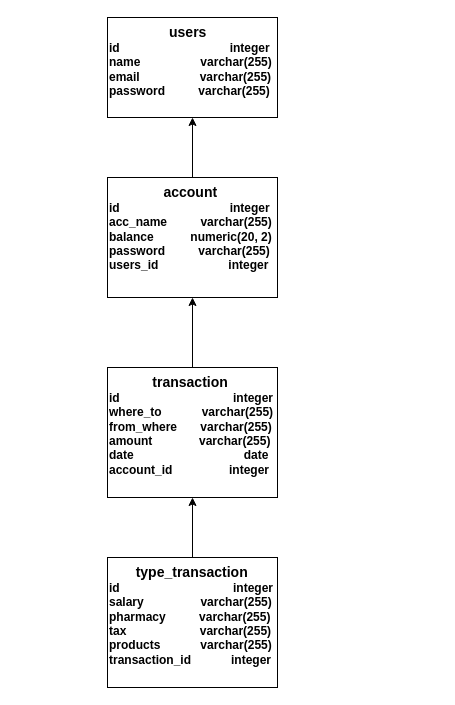
Before: Untitled Diagram.drawio in shahenh/gitakan, a draw.io diagram. Source tidied: cells renumbered, new cells numbered last; positions are measured from the earlier drawing's top-left corner, leaving out a move shared by most shapes. Both pictures are drawn from the tidied source at 100%, with x=0, y=0 at pixel (107, 17).
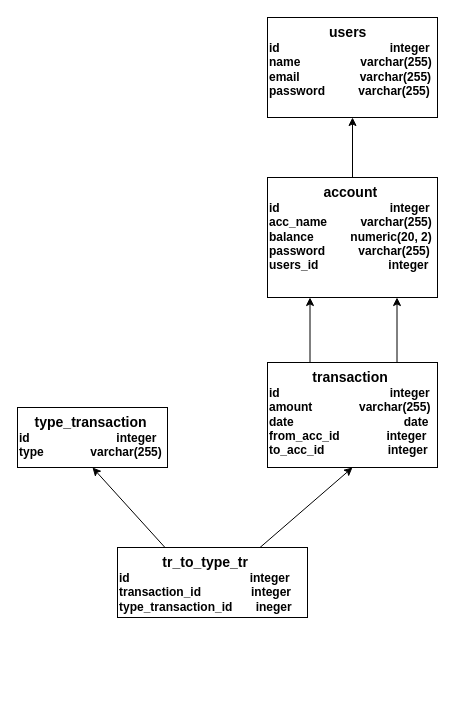
The same diagram, later.

The edit, as a diff of the source:
```diff
@@
 <mxGraphModel>
   <root>
     <mxCell id="0" />
     <mxCell id="1" parent="0" />
     <mxCell id="2" value="&lt;b&gt;&lt;font&gt;&amp;nbsp; &amp;nbsp; &amp;nbsp; &amp;nbsp; &amp;nbsp; &amp;nbsp; &amp;nbsp; &amp;nbsp; &amp;nbsp; &lt;font style=&quot;font-size: 14px&quot;&gt;users&lt;/font&gt;&lt;br&gt;id&amp;nbsp; &amp;nbsp; &amp;nbsp; &amp;nbsp; &amp;nbsp; &amp;nbsp; &amp;nbsp; &amp;nbsp; &amp;nbsp; &amp;nbsp; &amp;nbsp; &amp;nbsp; &amp;nbsp; &amp;nbsp; &amp;nbsp; &amp;nbsp; &amp;nbsp;integer&lt;br&gt;name&amp;nbsp; &amp;nbsp; &amp;nbsp; &amp;nbsp; &amp;nbsp; &amp;nbsp; &amp;nbsp; &amp;nbsp; &amp;nbsp; varchar(255)&lt;br&gt;&lt;/font&gt;&lt;/b&gt;&lt;b&gt;&lt;font&gt;email&amp;nbsp; &amp;nbsp; &amp;nbsp; &amp;nbsp; &amp;nbsp; &amp;nbsp; &amp;nbsp; &amp;nbsp; &amp;nbsp; varchar(255)&lt;br&gt;password&amp;nbsp; &amp;nbsp; &amp;nbsp; &amp;nbsp; &amp;nbsp;&amp;nbsp;&lt;/font&gt;&lt;/b&gt;&lt;b&gt;varchar(255)&lt;/b&gt;&lt;b&gt;&lt;font&gt;&lt;br&gt;&lt;/font&gt;&lt;/b&gt;&lt;b&gt;&lt;font&gt;&lt;br&gt;&lt;br&gt;&lt;/font&gt;&lt;/b&gt;" style="rounded=0;whiteSpace=wrap;html=1;horizontal=1;verticalAlign=top;align=left;" parent="1" vertex="1">
-      <mxGeometry width="170" height="100" as="geometry" />
+      <mxGeometry x="160" width="170" height="100" as="geometry" />
     </mxCell>
     <mxCell id="3" value="&lt;b&gt;&lt;font style=&quot;font-size: 14px&quot;&gt;&amp;nbsp; &amp;nbsp; &amp;nbsp; &amp;nbsp; &amp;nbsp; &amp;nbsp; &amp;nbsp; account&lt;/font&gt;&lt;br&gt;id&amp;nbsp; &amp;nbsp; &amp;nbsp; &amp;nbsp; &amp;nbsp; &amp;nbsp; &amp;nbsp; &amp;nbsp; &amp;nbsp; &amp;nbsp; &amp;nbsp; &amp;nbsp; &amp;nbsp; &amp;nbsp; &amp;nbsp; &amp;nbsp; &amp;nbsp;integer&lt;br&gt;acc_name&amp;nbsp; &amp;nbsp; &amp;nbsp; &amp;nbsp; &amp;nbsp; varchar(255)&lt;br&gt;&lt;/b&gt;&lt;b&gt;balance&amp;nbsp; &amp;nbsp; &amp;nbsp; &amp;nbsp; &amp;nbsp; &amp;nbsp;numeric(20, 2)&lt;br&gt;password&amp;nbsp; &amp;nbsp; &amp;nbsp; &amp;nbsp; &amp;nbsp;&amp;nbsp;&lt;/b&gt;&lt;b&gt;varchar(255)&lt;br&gt;&lt;/b&gt;&lt;b&gt;users_id&amp;nbsp; &amp;nbsp; &amp;nbsp; &amp;nbsp; &amp;nbsp; &amp;nbsp; &amp;nbsp; &amp;nbsp; &amp;nbsp; &amp;nbsp; &amp;nbsp;integer&lt;br&gt;&lt;/b&gt;&lt;b&gt;&lt;br&gt;&lt;/b&gt;" style="rounded=0;whiteSpace=wrap;html=1;align=left;verticalAlign=top;" parent="1" vertex="1">
-      <mxGeometry y="160" width="170" height="120" as="geometry" />
+      <mxGeometry x="160" y="160" width="170" height="120" as="geometry" />
     </mxCell>
-    <mxCell id="4" value="&lt;b&gt;&lt;font&gt;&amp;nbsp; &amp;nbsp; &amp;nbsp; &amp;nbsp; &lt;font style=&quot;font-size: 14px&quot;&gt;type_transaction&lt;/font&gt;&lt;/font&gt;&lt;br&gt;id&amp;nbsp; &amp;nbsp; &amp;nbsp; &amp;nbsp; &amp;nbsp; &amp;nbsp; &amp;nbsp; &amp;nbsp; &amp;nbsp; &amp;nbsp; &amp;nbsp; &amp;nbsp; &amp;nbsp; &amp;nbsp; &amp;nbsp; &amp;nbsp; &amp;nbsp; integer&lt;br&gt;salary&amp;nbsp; &amp;nbsp; &amp;nbsp; &amp;nbsp; &amp;nbsp; &amp;nbsp; &amp;nbsp; &amp;nbsp; &amp;nbsp;varchar(255)&lt;br&gt;&lt;/b&gt;&lt;b&gt;pharmacy&amp;nbsp; &amp;nbsp; &amp;nbsp; &amp;nbsp; &amp;nbsp; &lt;/b&gt;&lt;b&gt;varchar(255)&lt;/b&gt;&lt;b&gt;&lt;br&gt;tax&amp;nbsp; &amp;nbsp; &amp;nbsp; &amp;nbsp; &amp;nbsp; &amp;nbsp; &amp;nbsp; &amp;nbsp; &amp;nbsp; &amp;nbsp; &amp;nbsp;&amp;nbsp;&lt;/b&gt;&lt;b&gt;varchar(255)&lt;br&gt;&lt;/b&gt;&lt;b&gt;products&amp;nbsp; &amp;nbsp; &amp;nbsp; &amp;nbsp; &amp;nbsp; &amp;nbsp;&amp;nbsp;&lt;/b&gt;&lt;b&gt;varchar(255)&lt;br&gt;transaction_id&amp;nbsp; &amp;nbsp; &amp;nbsp; &amp;nbsp; &amp;nbsp; &amp;nbsp; integer&amp;nbsp;&lt;br&gt;&lt;/b&gt;" style="rounded=0;whiteSpace=wrap;html=1;align=left;verticalAlign=top;" parent="1" vertex="1">
-      <mxGeometry y="540" width="170" height="130" as="geometry" />
+    <mxCell id="4" value="&lt;b&gt;&lt;font&gt;&amp;nbsp; &amp;nbsp; &amp;nbsp; &amp;nbsp; &amp;nbsp; &amp;nbsp; &amp;nbsp;&lt;span style=&quot;font-size: 14px&quot;&gt;tr_to_type_tr&lt;/span&gt;&lt;/font&gt;&lt;br&gt;id&amp;nbsp; &amp;nbsp; &amp;nbsp; &amp;nbsp; &amp;nbsp; &amp;nbsp; &amp;nbsp; &amp;nbsp; &amp;nbsp; &amp;nbsp; &amp;nbsp; &amp;nbsp; &amp;nbsp; &amp;nbsp; &amp;nbsp; &amp;nbsp; &amp;nbsp; &amp;nbsp; integer&lt;/b&gt;&lt;b&gt;&lt;br&gt;transaction_id&amp;nbsp; &amp;nbsp; &amp;nbsp; &amp;nbsp; &amp;nbsp; &amp;nbsp; &amp;nbsp; &amp;nbsp;integer&amp;nbsp;&lt;br&gt;&lt;/b&gt;&lt;b&gt;type_transaction_id&amp;nbsp; &amp;nbsp; &amp;nbsp; &amp;nbsp;ineger&amp;nbsp; &amp;nbsp; &amp;nbsp;&lt;/b&gt;&lt;b&gt;&lt;br&gt;&lt;/b&gt;" style="rounded=0;whiteSpace=wrap;html=1;align=left;verticalAlign=top;" parent="1" vertex="1">
+      <mxGeometry x="10" y="530" width="190" height="70" as="geometry" />
     </mxCell>
-    <mxCell id="5" value="&lt;b&gt;&lt;font&gt;&amp;nbsp; &amp;nbsp; &amp;nbsp; &amp;nbsp; &amp;nbsp; &amp;nbsp; &amp;nbsp;&lt;font style=&quot;font-size: 14px&quot;&gt;transaction&lt;/font&gt;&lt;/font&gt;&lt;br&gt;id&amp;nbsp; &amp;nbsp; &amp;nbsp; &amp;nbsp; &amp;nbsp; &amp;nbsp; &amp;nbsp; &amp;nbsp; &amp;nbsp; &amp;nbsp; &amp;nbsp; &amp;nbsp; &amp;nbsp; &amp;nbsp; &amp;nbsp; &amp;nbsp; &amp;nbsp; integer&lt;br&gt;where_to&amp;nbsp; &amp;nbsp; &amp;nbsp; &amp;nbsp; &amp;nbsp; &amp;nbsp; varchar(255)&lt;br&gt;&lt;/b&gt;&lt;b&gt;from_where&amp;nbsp; &amp;nbsp; &amp;nbsp; &amp;nbsp;&lt;/b&gt;&lt;b&gt;varchar(255)&lt;/b&gt;&lt;b&gt;&lt;br&gt;amount&amp;nbsp; &amp;nbsp; &amp;nbsp; &amp;nbsp; &amp;nbsp; &amp;nbsp; &amp;nbsp;&amp;nbsp;&lt;/b&gt;&lt;b&gt;varchar(255)&lt;br&gt;&lt;/b&gt;&lt;b&gt;date&amp;nbsp; &amp;nbsp; &amp;nbsp; &amp;nbsp; &amp;nbsp; &amp;nbsp; &amp;nbsp; &amp;nbsp; &amp;nbsp; &amp;nbsp; &amp;nbsp; &amp;nbsp; &amp;nbsp; &amp;nbsp; &amp;nbsp; &amp;nbsp; &amp;nbsp;&lt;/b&gt;&lt;b&gt;date&lt;br&gt;account_id&amp;nbsp; &amp;nbsp; &amp;nbsp; &amp;nbsp; &amp;nbsp; &amp;nbsp; &amp;nbsp; &amp;nbsp; &amp;nbsp;integer&amp;nbsp;&lt;/b&gt;" style="rounded=0;whiteSpace=wrap;html=1;align=left;verticalAlign=top;" parent="1" vertex="1">
-      <mxGeometry y="350" width="170" height="130" as="geometry" />
+    <mxCell id="5" value="&lt;b&gt;&lt;font&gt;&amp;nbsp; &amp;nbsp; &amp;nbsp; &amp;nbsp; &amp;nbsp; &amp;nbsp; &amp;nbsp;&lt;font style=&quot;font-size: 14px&quot;&gt;transaction&lt;/font&gt;&lt;/font&gt;&lt;br&gt;id&amp;nbsp; &amp;nbsp; &amp;nbsp; &amp;nbsp; &amp;nbsp; &amp;nbsp; &amp;nbsp; &amp;nbsp; &amp;nbsp; &amp;nbsp; &amp;nbsp; &amp;nbsp; &amp;nbsp; &amp;nbsp; &amp;nbsp; &amp;nbsp; &amp;nbsp;integer&lt;/b&gt;&lt;b&gt;&lt;br&gt;amount&amp;nbsp; &amp;nbsp; &amp;nbsp; &amp;nbsp; &amp;nbsp; &amp;nbsp; &amp;nbsp;&amp;nbsp;&lt;/b&gt;&lt;b&gt;varchar(255)&lt;br&gt;&lt;/b&gt;&lt;b&gt;date&amp;nbsp; &amp;nbsp; &amp;nbsp; &amp;nbsp; &amp;nbsp; &amp;nbsp; &amp;nbsp; &amp;nbsp; &amp;nbsp; &amp;nbsp; &amp;nbsp; &amp;nbsp; &amp;nbsp; &amp;nbsp; &amp;nbsp; &amp;nbsp; &amp;nbsp;&lt;/b&gt;&lt;b&gt;date&lt;br&gt;from_acc_id&amp;nbsp; &amp;nbsp; &amp;nbsp; &amp;nbsp; &amp;nbsp; &amp;nbsp; &amp;nbsp; integer&amp;nbsp;&lt;br&gt;to_acc_id&amp;nbsp; &amp;nbsp; &amp;nbsp; &amp;nbsp; &amp;nbsp; &amp;nbsp; &amp;nbsp; &amp;nbsp; &amp;nbsp; &amp;nbsp;integer&lt;br&gt;&lt;/b&gt;" style="rounded=0;whiteSpace=wrap;html=1;align=left;verticalAlign=top;" parent="1" vertex="1">
+      <mxGeometry x="160" y="345" width="170" height="105" as="geometry" />
     </mxCell>
     <mxCell id="6" style="endArrow=classic;html=1;exitX=0.5;exitY=0;exitDx=0;exitDy=0;" parent="1" edge="1" source="3" target="2">
       <mxGeometry relative="1" as="geometry" />
     </mxCell>
-    <mxCell id="7" style="endArrow=classic;html=1;exitX=0.5;exitY=0;exitDx=0;exitDy=0;entryX=0.5;entryY=1;entryDx=0;entryDy=0;" parent="1" edge="1" source="5" target="3">
-      <mxGeometry relative="1" as="geometry" />
+    <mxCell id="7" style="endArrow=classic;html=1;" parent="1" edge="1">
+      <mxGeometry relative="1" as="geometry">
+        <mxPoint x="289.5" y="345" as="sourcePoint" />
+        <mxPoint x="289.5" y="280" as="targetPoint" />
+      </mxGeometry>
     </mxCell>
-    <mxCell id="8" style="endArrow=classic;html=1;entryX=0.5;entryY=1;entryDx=0;entryDy=0;exitX=0.5;exitY=0;exitDx=0;exitDy=0;" parent="1" edge="1" source="4" target="5">
+    <mxCell id="8" style="endArrow=classic;html=1;entryX=0.5;entryY=1;entryDx=0;entryDy=0;exitX=0.75;exitY=0;exitDx=0;exitDy=0;" parent="1" edge="1" source="4" target="5">
       <mxGeometry relative="1" as="geometry" />
     </mxCell>
+    <mxCell id="9" style="endArrow=classic;html=1;entryX=0.25;entryY=1;entryDx=0;entryDy=0;exitX=0.25;exitY=0;exitDx=0;exitDy=0;" parent="1" edge="1" source="5" target="3">
+      <mxGeometry relative="1" as="geometry" />
+    </mxCell>
+    <mxCell id="10" value="&lt;div style=&quot;text-align: left&quot;&gt;&lt;b&gt;&lt;font style=&quot;font-size: 14px&quot;&gt;&amp;nbsp; &amp;nbsp; type_transaction&lt;/font&gt;&lt;/b&gt;&lt;/div&gt;&lt;div style=&quot;text-align: left&quot;&gt;&lt;b&gt;id&amp;nbsp; &amp;nbsp; &amp;nbsp; &amp;nbsp; &amp;nbsp; &amp;nbsp; &amp;nbsp; &amp;nbsp; &amp;nbsp; &amp;nbsp; &amp;nbsp; &amp;nbsp; &amp;nbsp; integer&lt;/b&gt;&lt;/div&gt;&lt;div style=&quot;text-align: left&quot;&gt;&lt;b&gt;type&amp;nbsp; &amp;nbsp; &amp;nbsp; &amp;nbsp; &amp;nbsp; &amp;nbsp; &amp;nbsp; varchar(255)&lt;/b&gt;&lt;/div&gt;" style="rounded=0;whiteSpace=wrap;html=1;verticalAlign=top;align=left;" parent="1" vertex="1">
+      <mxGeometry x="-90" y="390" width="150" height="60" as="geometry" />
+    </mxCell>
+    <mxCell id="11" style="endArrow=classic;html=1;exitX=0.25;exitY=0;exitDx=0;exitDy=0;entryX=0.5;entryY=1;entryDx=0;entryDy=0;" parent="1" edge="1" source="4" target="10">
+      <mxGeometry relative="1" as="geometry" />
+    </mxCell>
   </root>
 </mxGraphModel>
```
